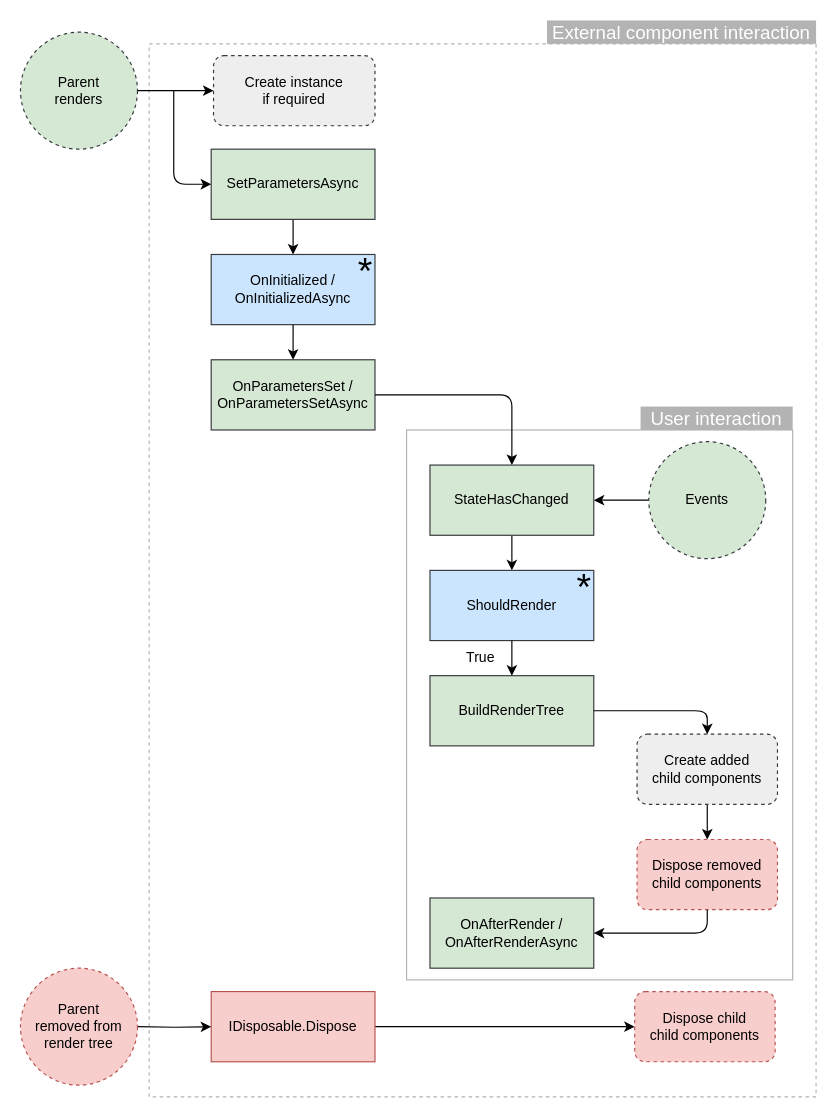
The draw.io diagram assets/component-lifecycle.drawio in mrpmorris/blazor-university, before the edit. Source tidied: cells renumbered, new cells numbered last; positions are measured from the earlier drawing's top-left corner, leaving out a move shared by most shapes. Both pictures are drawn from the tidied source at 117%, with x=0, y=0 at pixel (20, 20).
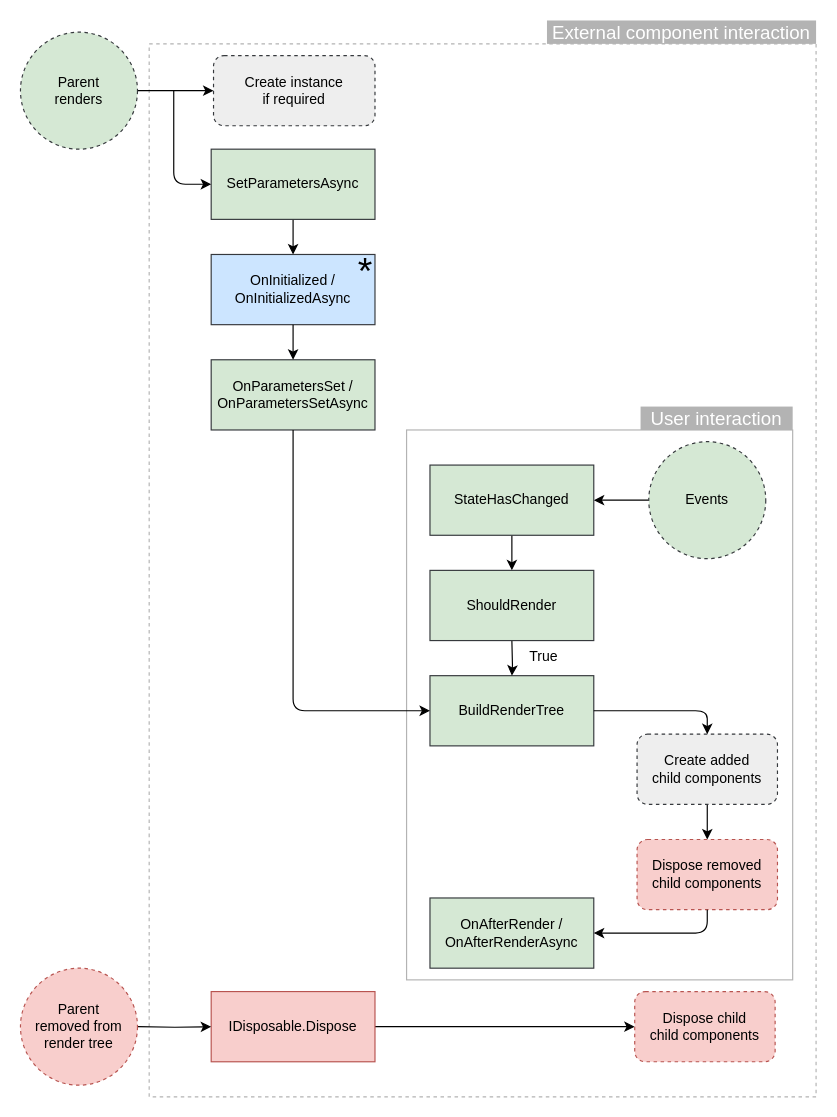
After the change.

Commit message (it also covers changes not shown here):
Lifecycle diagrams

Unchanged cells that the change refers to:
```xml
<mxCell id="6" value="OnParametersSet /&lt;br&gt;OnParametersSetAsync" style="rounded=0;whiteSpace=wrap;html=1;fontSize=12;strokeColor=#36393d;fillColor=#D5E8D4;" parent="1" vertex="1">
  <mxGeometry x="163" y="290" width="140" height="60" as="geometry" />
</mxCell>
<mxCell id="21" value="StateHasChanged" style="rounded=0;whiteSpace=wrap;html=1;fontSize=12;strokeColor=#36393d;fillColor=#D5E8D4;" parent="1" vertex="1">
  <mxGeometry x="350" y="380" width="140" height="60" as="geometry" />
</mxCell>
<mxCell id="22" value="BuildRenderTree" style="rounded=0;whiteSpace=wrap;html=1;fontSize=12;strokeColor=#36393d;fillColor=#D5E8D4;" parent="1" vertex="1">
  <mxGeometry x="350" y="560" width="140" height="60" as="geometry" />
</mxCell>
```

The edit, as a diff of the source:
```diff
@@
-    <mxCell id="14" style="group;" parent="1" vertex="1">
-      <mxGeometry x="350" y="470" width="142" height="60" as="geometry" />
-    </mxCell>
-    <mxCell id="15" value="ShouldRender" style="rounded=0;whiteSpace=wrap;html=1;fillColor=#cce5ff;strokeColor=#36393d;" parent="14" vertex="1">
-      <mxGeometry width="140" height="60" as="geometry" />
-    </mxCell>
-    <mxCell id="16" value="*" style="text;html=1;strokeColor=none;fillColor=none;align=center;verticalAlign=middle;whiteSpace=wrap;rounded=0;fontSize=32;" parent="14" vertex="1">
-      <mxGeometry x="122" y="5" width="20" height="20" as="geometry" />
-    </mxCell>
@@
-    <mxCell id="20" style="edgeStyle=orthogonalEdgeStyle;rounded=0;jettySize=auto;html=1;entryX=0.5;entryY=0;entryDx=0;entryDy=0;fontSize=12;" parent="1" edge="1" source="21" target="15">
-      <mxGeometry relative="1" as="geometry" />
+    <mxCell id="20" style="edgeStyle=orthogonalEdgeStyle;rounded=0;jettySize=auto;html=1;entryX=0.5;entryY=0;entryDx=0;entryDy=0;fontSize=12;" parent="1" edge="1" source="21">
+      <mxGeometry relative="1" as="geometry">
+        <mxPoint x="420" y="470" as="targetPoint" />
+      </mxGeometry>
     </mxCell>
@@
-    <mxCell id="27" value="True" style="edgeStyle=orthogonalEdgeStyle;rounded=0;jettySize=auto;html=1;fontSize=12;" parent="1" edge="1" source="15" target="22">
-      <mxGeometry y="27" relative="1" as="geometry" />
+    <mxCell id="27" value="True" style="edgeStyle=orthogonalEdgeStyle;rounded=0;jettySize=auto;html=1;fontSize=12;" parent="1" edge="1" target="22">
+      <mxGeometry y="27" relative="1" as="geometry">
+        <mxPoint x="420" y="530" as="sourcePoint" />
+      </mxGeometry>
     </mxCell>
@@
-    <mxCell id="35" style="endArrow=classic;html=1;fontSize=12;exitX=1;exitY=0.5;exitDx=0;exitDy=0;entryX=0.5;entryY=0;entryDx=0;entryDy=0;" parent="1" edge="1" source="6" target="21">
+    <mxCell id="35" style="endArrow=classic;html=1;fontSize=12;exitX=0.5;exitY=1;exitDx=0;exitDy=0;entryX=0;entryY=0.5;entryDx=0;entryDy=0;" parent="1" edge="1" source="6" target="22">
       <mxGeometry relative="1" as="geometry">
         <Array as="points">
-          <mxPoint x="420" y="320" />
+          <mxPoint x="233" y="590" />
         </Array>
       </mxGeometry>
     </mxCell>
@@
+    <mxCell id="15" value="ShouldRender" style="rounded=0;whiteSpace=wrap;html=1;fontSize=12;strokeColor=#36393d;fillColor=#D5E8D4;" parent="1" vertex="1">
+      <mxGeometry x="350" y="470" width="140" height="60" as="geometry" />
+    </mxCell>
```
